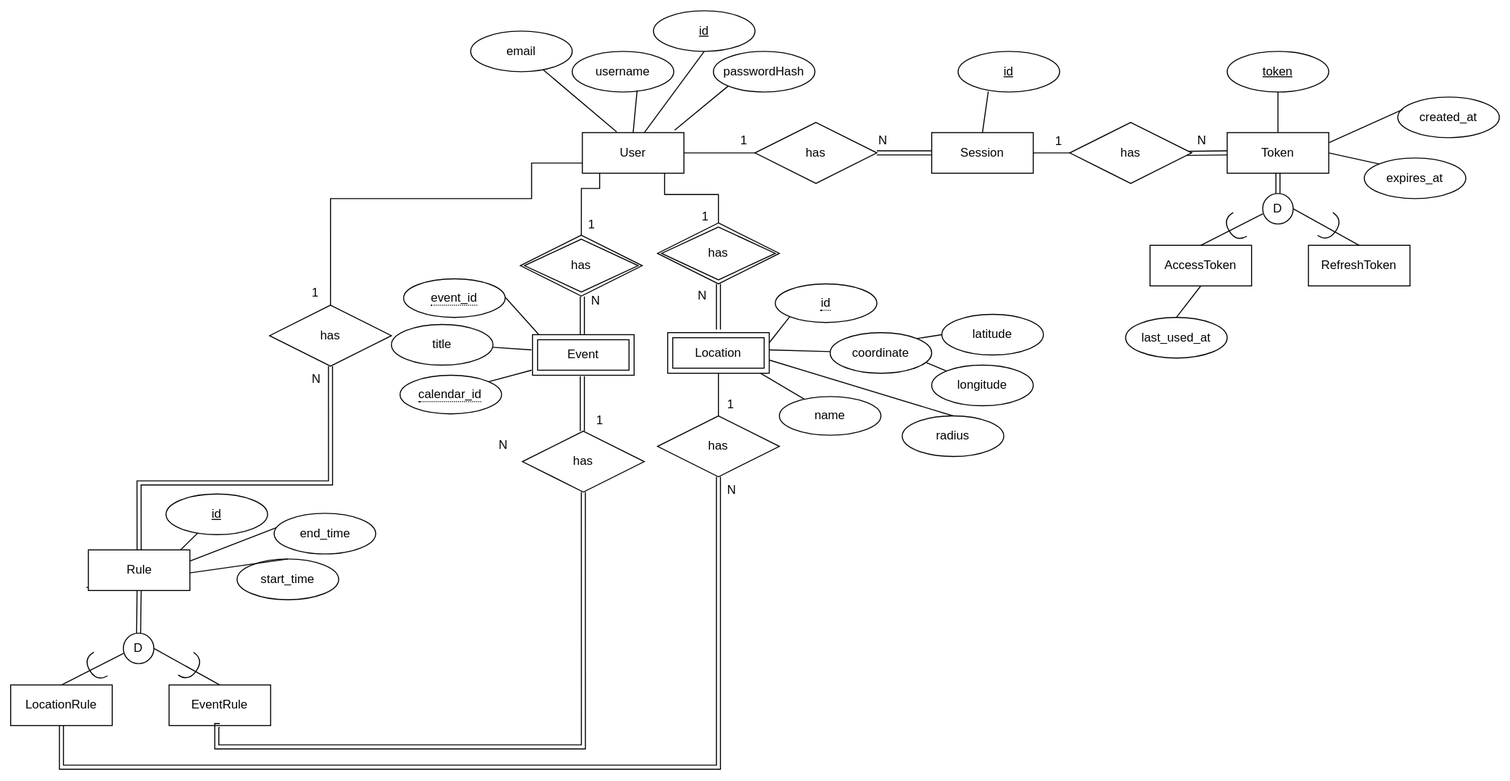
Before: docs/er.drawio.svg, a diagram exported from draw.io (GoncaloRibeiro6533/TASA). Source tidied: cells renumbered, new cells last; positions are measured from the earlier drawing's top-left corner, leaving out a move shared by most shapes.
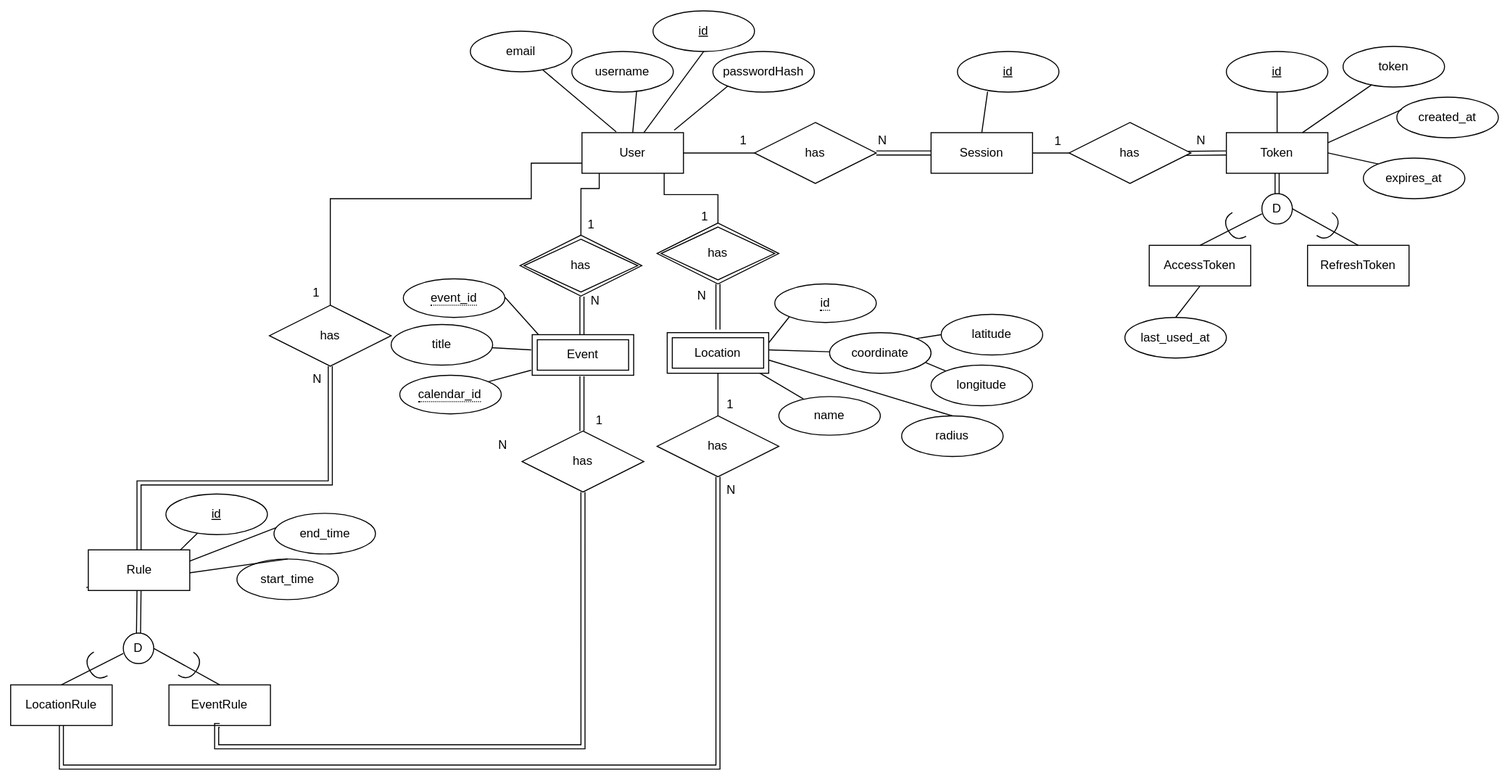
After the change.

Diff of the diagram source:
```diff
@@ -170,7 +170,7 @@
     <mxCell id="49" style="endArrow=none;html=1;rounded=0;entryX=0.5;entryY=0;entryDx=0;entryDy=0;exitX=1;exitY=0.5;exitDx=0;exitDy=0;labelBackgroundColor=none;fontColor=default;" parent="1" edge="1" source="45" target="47">
       <mxGeometry relative="1" as="geometry" />
     </mxCell>
-    <mxCell id="50" value="token" style="ellipse;whiteSpace=wrap;html=1;align=center;fontStyle=4;labelBackgroundColor=none;" parent="1" vertex="1">
+    <mxCell id="50" value="id" style="ellipse;whiteSpace=wrap;html=1;align=center;fontStyle=4;labelBackgroundColor=none;" parent="1" vertex="1">
       <mxGeometry x="1198" y="40" width="100" height="40" as="geometry" />
     </mxCell>
     <mxCell id="51" style="endArrow=none;html=1;rounded=0;exitX=0.5;exitY=0;exitDx=0;exitDy=0;entryX=0.5;entryY=1;entryDx=0;entryDy=0;labelBackgroundColor=none;fontColor=default;" parent="1" edge="1" source="43" target="50">
@@ -368,5 +368,11 @@
         </Array>
       </mxGeometry>
     </mxCell>
+    <mxCell id="101" value="token" style="ellipse;whiteSpace=wrap;html=1;align=center;labelBackgroundColor=none;" parent="1" vertex="1">
+      <mxGeometry x="1313" y="35" width="100" height="40" as="geometry" />
+    </mxCell>
+    <mxCell id="102" style="endArrow=none;html=1;rounded=0;exitX=0.75;exitY=0;exitDx=0;exitDy=0;entryX=0.28;entryY=0.95;entryDx=0;entryDy=0;entryPerimeter=0;labelBackgroundColor=none;fontColor=default;" parent="1" edge="1" source="43" target="101">
+      <mxGeometry relative="1" as="geometry" />
+    </mxCell>
   </root>
 </mxGraphModel>
```
